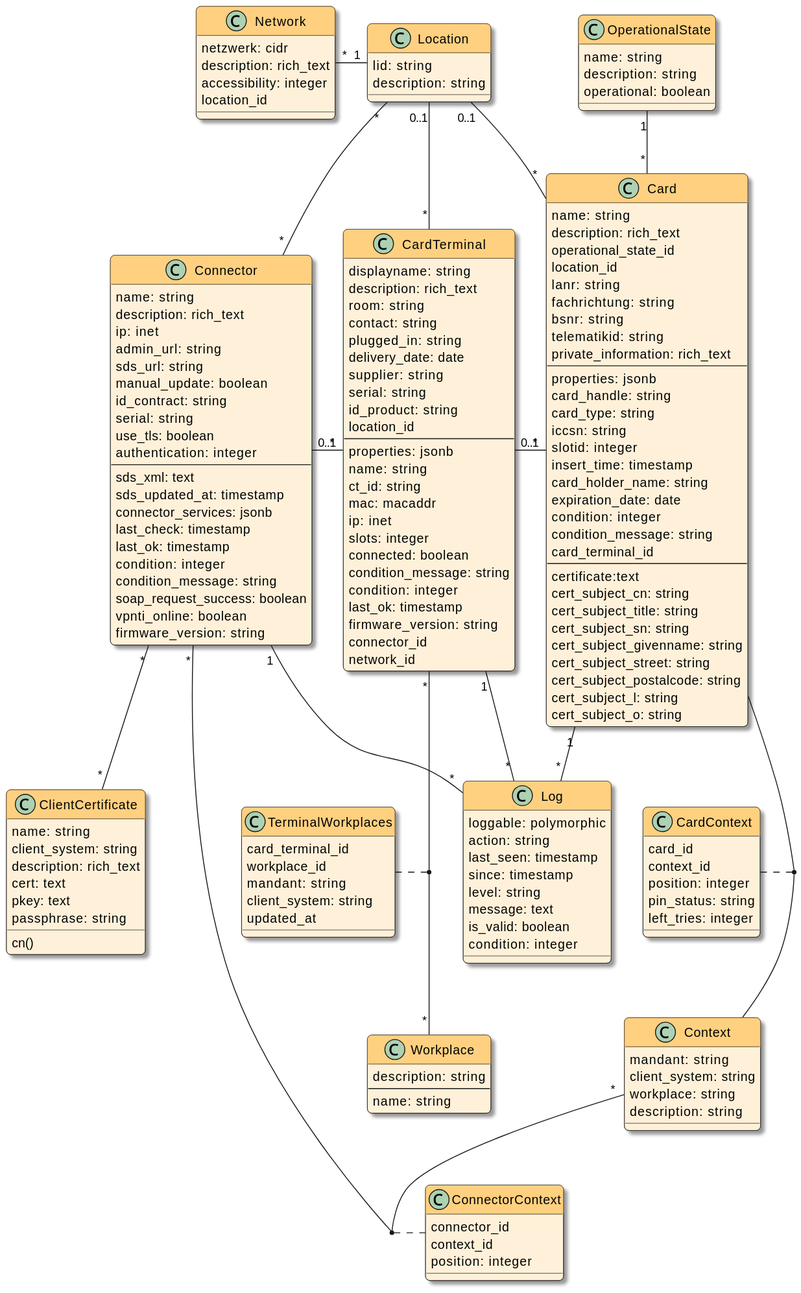
This is docsrc/devnotes/modules/ROOT/images/models.svg from swobspace/cocard, a PlantUML export, as it was before one commit.
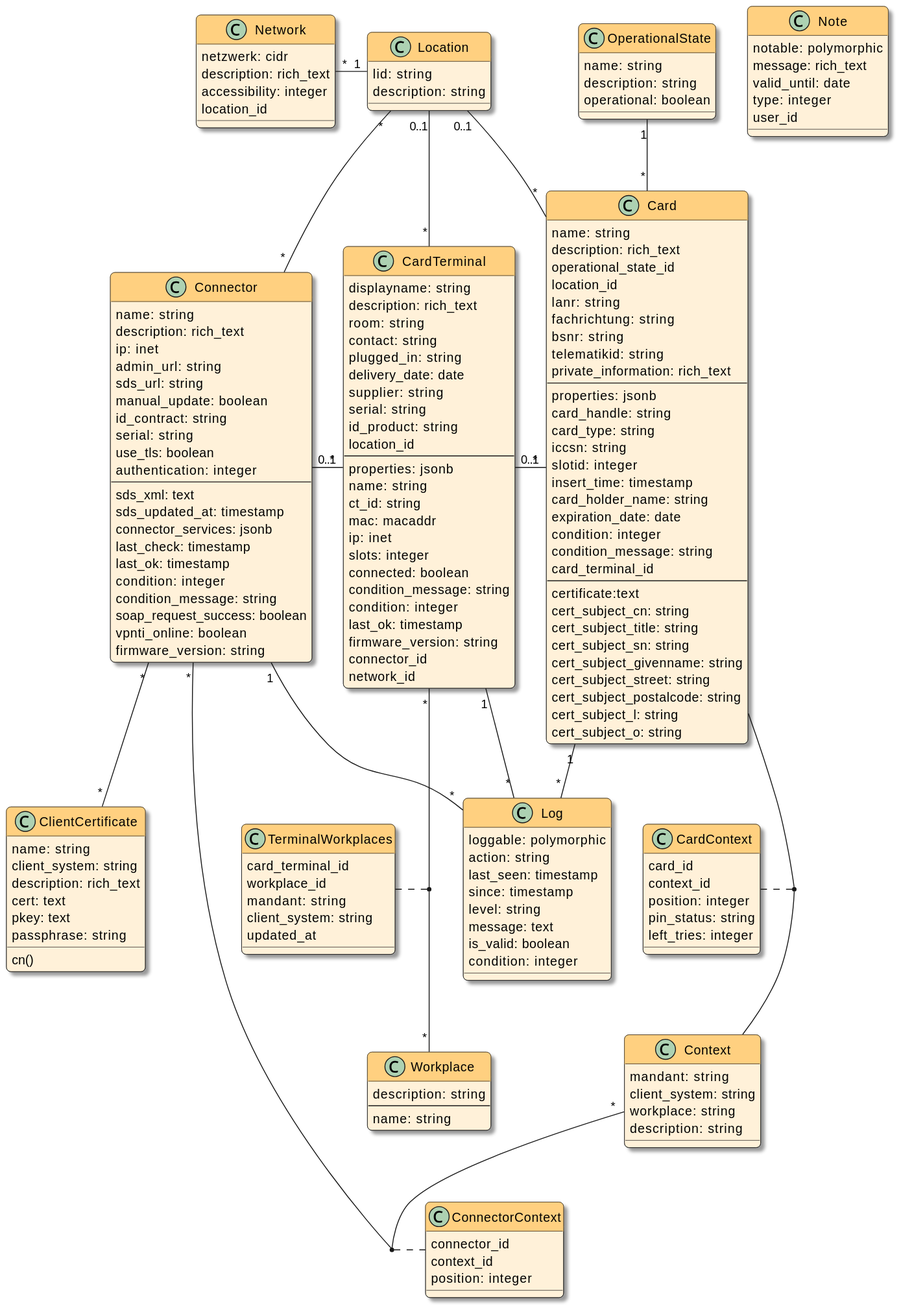
The same diagram one commit later.

Commit message:
fix attribute -> message

Change to the diagram source:
```diff
@@ -160,6 +160,14 @@
   cn()
 }
 
+Class Note {
+  notable: polymorphic
+  message: rich_text
+  valid_until: date
+  type: integer
+  user_id
+}
+
 Network "*" - "1" Location
 Location "*" -- "*" Connector
 Context "*" -- "*" Connector
```
